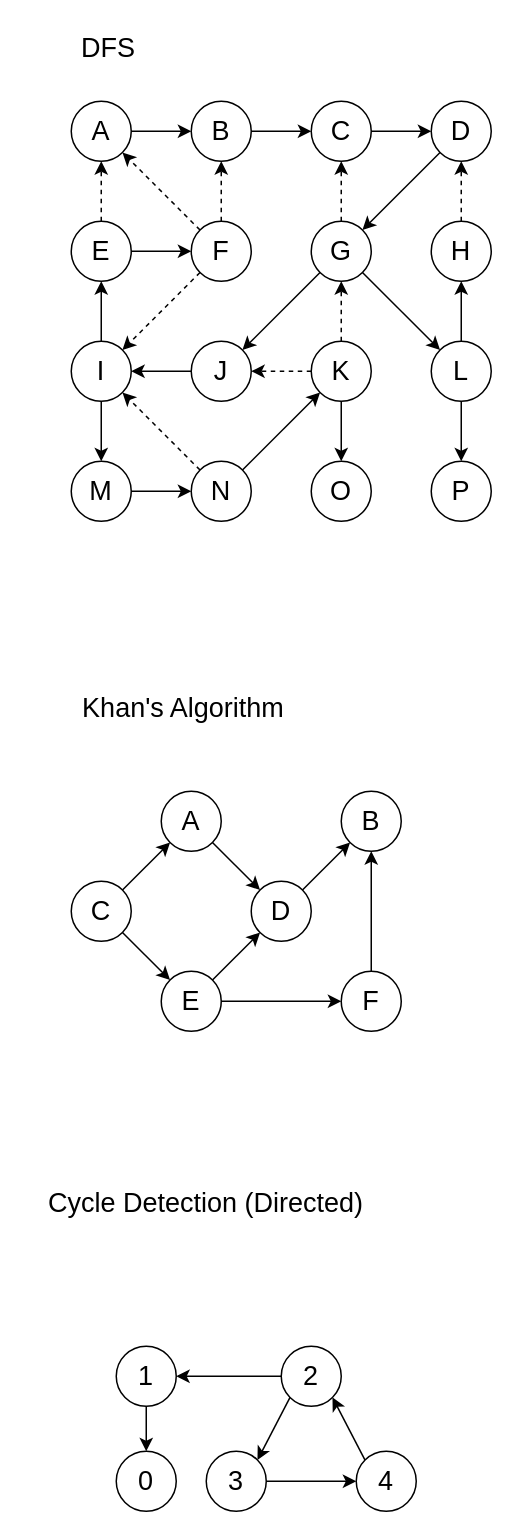
Earlier version of the draw.io diagram page "graph-algorithms" (2 of 15) of static/img/diagrams.drawio (reissenzahn/blog). Source tidied: cells renumbered, new cells numbered last; positions are measured from the earlier drawing's top-left corner, leaving out a move shared by most shapes. Both pictures are drawn from the tidied source at 150%, with x=0, y=0 at pixel (26, 26).
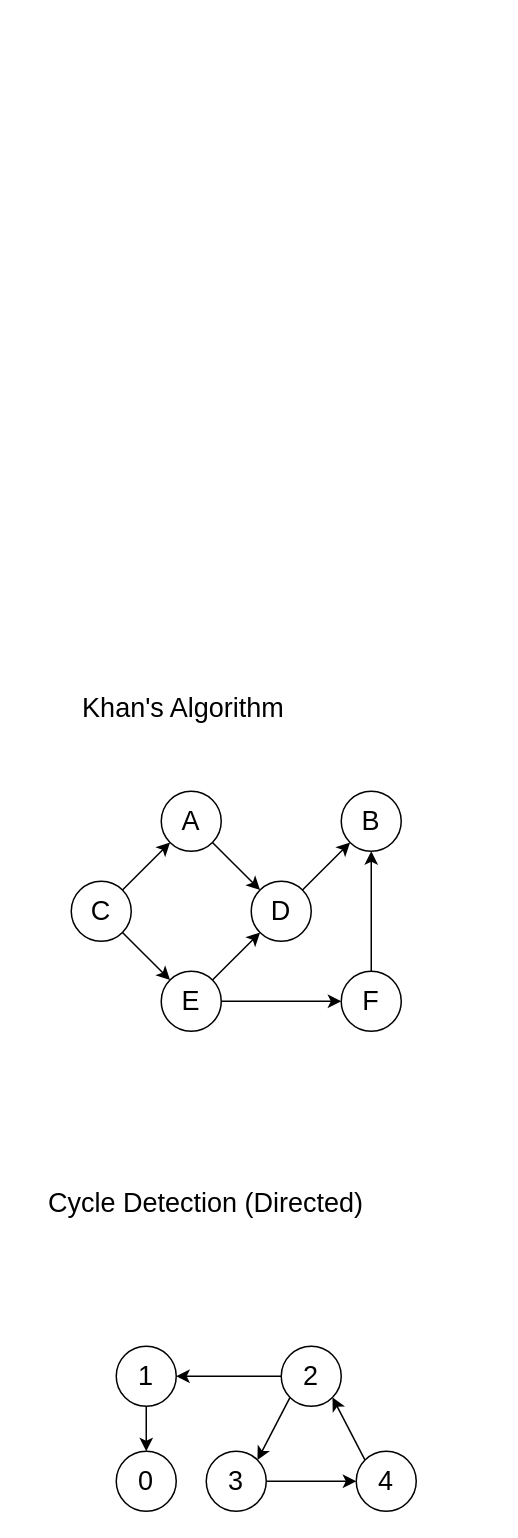
The same page after the edit.

What changed in the source:
```diff
@@
-    <mxCell id="2" style="edgeStyle=none;rounded=0;jettySize=auto;html=1;exitX=1;exitY=0.5;exitDx=0;exitDy=0;entryX=0;entryY=0.5;entryDx=0;entryDy=0;fontSize=18;" parent="1" edge="1" source="3" target="5">
-      <mxGeometry relative="1" as="geometry" />
-    </mxCell>
-    <mxCell id="3" value="&lt;font style=&quot;font-size: 18px&quot;&gt;A&lt;/font&gt;" style="ellipse;whiteSpace=wrap;html=1;fillColor=none;" parent="1" vertex="1">
-      <mxGeometry x="30" y="50" width="40" height="40" as="geometry" />
-    </mxCell>
-    <mxCell id="4" style="edgeStyle=none;rounded=0;jettySize=auto;html=1;exitX=1;exitY=0.5;exitDx=0;exitDy=0;entryX=0;entryY=0.5;entryDx=0;entryDy=0;fontSize=18;" parent="1" edge="1" source="5" target="14">
-      <mxGeometry relative="1" as="geometry" />
-    </mxCell>
-    <mxCell id="5" value="&lt;font style=&quot;font-size: 18px&quot;&gt;B&lt;/font&gt;" style="ellipse;whiteSpace=wrap;html=1;fillColor=none;" parent="1" vertex="1">
-      <mxGeometry x="110" y="50" width="40" height="40" as="geometry" />
-    </mxCell>
-    <mxCell id="6" style="edgeStyle=none;rounded=0;jettySize=auto;html=1;exitX=0.5;exitY=0;exitDx=0;exitDy=0;entryX=0.5;entryY=1;entryDx=0;entryDy=0;dashed=1;fontSize=18;" parent="1" edge="1" source="8" target="3">
-      <mxGeometry relative="1" as="geometry" />
-    </mxCell>
-    <mxCell id="7" style="edgeStyle=none;rounded=0;jettySize=auto;html=1;exitX=1;exitY=0.5;exitDx=0;exitDy=0;entryX=0;entryY=0.5;entryDx=0;entryDy=0;fontSize=18;" parent="1" edge="1" source="8" target="12">
-      <mxGeometry relative="1" as="geometry" />
-    </mxCell>
-    <mxCell id="8" value="&lt;font style=&quot;font-size: 18px&quot;&gt;E&lt;/font&gt;" style="ellipse;whiteSpace=wrap;html=1;fillColor=none;" parent="1" vertex="1">
-      <mxGeometry x="30" y="130" width="40" height="40" as="geometry" />
-    </mxCell>
-    <mxCell id="9" style="edgeStyle=none;rounded=0;jettySize=auto;html=1;exitX=0.5;exitY=0;exitDx=0;exitDy=0;entryX=0.5;entryY=1;entryDx=0;entryDy=0;dashed=1;fontSize=18;" parent="1" edge="1" source="12" target="5">
-      <mxGeometry relative="1" as="geometry" />
-    </mxCell>
-    <mxCell id="10" style="edgeStyle=none;rounded=0;jettySize=auto;html=1;exitX=0;exitY=0;exitDx=0;exitDy=0;entryX=1;entryY=1;entryDx=0;entryDy=0;dashed=1;fontSize=18;" parent="1" edge="1" source="12" target="3">
-      <mxGeometry relative="1" as="geometry" />
-    </mxCell>
-    <mxCell id="11" style="edgeStyle=none;rounded=0;jettySize=auto;html=1;exitX=0;exitY=1;exitDx=0;exitDy=0;entryX=1;entryY=0;entryDx=0;entryDy=0;dashed=1;fontSize=18;" parent="1" edge="1" source="12" target="25">
-      <mxGeometry relative="1" as="geometry" />
-    </mxCell>
-    <mxCell id="12" value="&lt;font style=&quot;font-size: 18px&quot;&gt;F&lt;/font&gt;" style="ellipse;whiteSpace=wrap;html=1;fillColor=none;" parent="1" vertex="1">
-      <mxGeometry x="110" y="130" width="40" height="40" as="geometry" />
-    </mxCell>
-    <mxCell id="13" style="edgeStyle=none;rounded=0;jettySize=auto;html=1;exitX=1;exitY=0.5;exitDx=0;exitDy=0;entryX=0;entryY=0.5;entryDx=0;entryDy=0;fontSize=18;" parent="1" edge="1" source="14" target="16">
-      <mxGeometry relative="1" as="geometry" />
-    </mxCell>
-    <mxCell id="14" value="&lt;font style=&quot;font-size: 18px&quot;&gt;C&lt;/font&gt;" style="ellipse;whiteSpace=wrap;html=1;fillColor=none;" parent="1" vertex="1">
-      <mxGeometry x="190" y="50" width="40" height="40" as="geometry" />
-    </mxCell>
-    <mxCell id="15" style="edgeStyle=none;rounded=0;jettySize=auto;html=1;exitX=0;exitY=1;exitDx=0;exitDy=0;entryX=1;entryY=0;entryDx=0;entryDy=0;fontSize=18;" parent="1" edge="1" source="16" target="20">
-      <mxGeometry relative="1" as="geometry" />
-    </mxCell>
-    <mxCell id="16" value="&lt;font style=&quot;font-size: 18px&quot;&gt;D&lt;/font&gt;" style="ellipse;whiteSpace=wrap;html=1;fillColor=none;" parent="1" vertex="1">
-      <mxGeometry x="270" y="50" width="40" height="40" as="geometry" />
-    </mxCell>
-    <mxCell id="17" style="edgeStyle=none;rounded=0;jettySize=auto;html=1;exitX=1;exitY=1;exitDx=0;exitDy=0;fontSize=18;" parent="1" edge="1" source="20" target="39">
-      <mxGeometry relative="1" as="geometry" />
-    </mxCell>
-    <mxCell id="18" style="edgeStyle=none;rounded=0;jettySize=auto;html=1;exitX=0.5;exitY=0;exitDx=0;exitDy=0;entryX=0.5;entryY=1;entryDx=0;entryDy=0;dashed=1;fontSize=18;" parent="1" edge="1" source="20" target="14">
-      <mxGeometry relative="1" as="geometry" />
-    </mxCell>
-    <mxCell id="19" style="edgeStyle=none;rounded=0;jettySize=auto;html=1;exitX=0;exitY=1;exitDx=0;exitDy=0;fontSize=18;" parent="1" edge="1" source="20" target="27">
-      <mxGeometry relative="1" as="geometry" />
-    </mxCell>
-    <mxCell id="20" value="&lt;font style=&quot;font-size: 18px&quot;&gt;G&lt;/font&gt;" style="ellipse;whiteSpace=wrap;html=1;fillColor=none;" parent="1" vertex="1">
-      <mxGeometry x="190" y="130" width="40" height="40" as="geometry" />
-    </mxCell>
-    <mxCell id="21" style="edgeStyle=none;rounded=0;jettySize=auto;html=1;exitX=0.5;exitY=0;exitDx=0;exitDy=0;entryX=0.5;entryY=1;entryDx=0;entryDy=0;fontSize=18;dashed=1;" parent="1" edge="1" source="22" target="16">
-      <mxGeometry relative="1" as="geometry" />
-    </mxCell>
-    <mxCell id="22" value="&lt;font style=&quot;font-size: 18px&quot;&gt;H&lt;/font&gt;" style="ellipse;whiteSpace=wrap;html=1;fillColor=none;" parent="1" vertex="1">
-      <mxGeometry x="270" y="130" width="40" height="40" as="geometry" />
-    </mxCell>
-    <mxCell id="23" style="edgeStyle=none;rounded=0;jettySize=auto;html=1;exitX=0.5;exitY=0;exitDx=0;exitDy=0;entryX=0.5;entryY=1;entryDx=0;entryDy=0;fontSize=18;" parent="1" edge="1" source="25" target="8">
-      <mxGeometry relative="1" as="geometry" />
-    </mxCell>
-    <mxCell id="24" style="edgeStyle=none;rounded=0;jettySize=auto;html=1;exitX=0.5;exitY=1;exitDx=0;exitDy=0;fontSize=18;" parent="1" edge="1" source="25" target="29">
-      <mxGeometry relative="1" as="geometry" />
-    </mxCell>
-    <mxCell id="25" value="&lt;font style=&quot;font-size: 18px&quot;&gt;I&lt;/font&gt;" style="ellipse;whiteSpace=wrap;html=1;fillColor=none;" parent="1" vertex="1">
-      <mxGeometry x="30" y="210" width="40" height="40" as="geometry" />
-    </mxCell>
-    <mxCell id="26" style="edgeStyle=none;rounded=0;jettySize=auto;html=1;exitX=0;exitY=0.5;exitDx=0;exitDy=0;fontSize=18;" parent="1" edge="1" source="27" target="25">
-      <mxGeometry relative="1" as="geometry" />
-    </mxCell>
-    <mxCell id="27" value="&lt;font style=&quot;font-size: 18px&quot;&gt;J&lt;/font&gt;" style="ellipse;whiteSpace=wrap;html=1;fillColor=none;" parent="1" vertex="1">
-      <mxGeometry x="110" y="210" width="40" height="40" as="geometry" />
-    </mxCell>
-    <mxCell id="28" style="edgeStyle=none;rounded=0;jettySize=auto;html=1;exitX=1;exitY=0.5;exitDx=0;exitDy=0;entryX=0;entryY=0.5;entryDx=0;entryDy=0;fontSize=18;" parent="1" edge="1" source="29" target="32">
-      <mxGeometry relative="1" as="geometry" />
-    </mxCell>
-    <mxCell id="29" value="&lt;font style=&quot;font-size: 18px&quot;&gt;M&lt;/font&gt;" style="ellipse;whiteSpace=wrap;html=1;fillColor=none;" parent="1" vertex="1">
-      <mxGeometry x="30" y="290" width="40" height="40" as="geometry" />
-    </mxCell>
-    <mxCell id="30" style="edgeStyle=none;rounded=0;jettySize=auto;html=1;exitX=0;exitY=0;exitDx=0;exitDy=0;dashed=1;fontSize=18;" parent="1" edge="1" source="32" target="25">
-      <mxGeometry relative="1" as="geometry" />
-    </mxCell>
-    <mxCell id="31" style="edgeStyle=none;rounded=0;jettySize=auto;html=1;exitX=1;exitY=0;exitDx=0;exitDy=0;fontSize=18;" parent="1" edge="1" source="32" target="36">
-      <mxGeometry relative="1" as="geometry" />
-    </mxCell>
-    <mxCell id="32" value="&lt;font style=&quot;font-size: 18px&quot;&gt;N&lt;/font&gt;" style="ellipse;whiteSpace=wrap;html=1;fillColor=none;" parent="1" vertex="1">
-      <mxGeometry x="110" y="290" width="40" height="40" as="geometry" />
-    </mxCell>
-    <mxCell id="33" style="edgeStyle=none;rounded=0;jettySize=auto;html=1;exitX=0;exitY=0.5;exitDx=0;exitDy=0;entryX=1;entryY=0.5;entryDx=0;entryDy=0;dashed=1;fontSize=18;" parent="1" edge="1" source="36" target="27">
-      <mxGeometry relative="1" as="geometry" />
-    </mxCell>
-    <mxCell id="34" style="edgeStyle=none;rounded=0;jettySize=auto;html=1;exitX=0.5;exitY=1;exitDx=0;exitDy=0;entryX=0.5;entryY=0;entryDx=0;entryDy=0;fontSize=18;" parent="1" edge="1" source="36" target="40">
-      <mxGeometry relative="1" as="geometry" />
-    </mxCell>
-    <mxCell id="35" style="edgeStyle=none;rounded=0;jettySize=auto;html=1;exitX=0.5;exitY=0;exitDx=0;exitDy=0;entryX=0.5;entryY=1;entryDx=0;entryDy=0;fontSize=18;dashed=1;" parent="1" edge="1" source="36" target="20">
-      <mxGeometry relative="1" as="geometry" />
-    </mxCell>
-    <mxCell id="36" value="&lt;font style=&quot;font-size: 18px&quot;&gt;K&lt;/font&gt;" style="ellipse;whiteSpace=wrap;html=1;fillColor=none;" parent="1" vertex="1">
-      <mxGeometry x="190" y="210" width="40" height="40" as="geometry" />
-    </mxCell>
-    <mxCell id="37" style="edgeStyle=none;rounded=0;jettySize=auto;html=1;exitX=0.5;exitY=1;exitDx=0;exitDy=0;entryX=0.5;entryY=0;entryDx=0;entryDy=0;fontSize=18;" parent="1" edge="1" source="39" target="41">
-      <mxGeometry relative="1" as="geometry" />
-    </mxCell>
-    <mxCell id="38" style="edgeStyle=none;rounded=0;jettySize=auto;html=1;exitX=0.5;exitY=0;exitDx=0;exitDy=0;entryX=0.5;entryY=1;entryDx=0;entryDy=0;fontSize=18;" parent="1" edge="1" source="39" target="22">
-      <mxGeometry relative="1" as="geometry" />
-    </mxCell>
-    <mxCell id="39" value="&lt;font style=&quot;font-size: 18px&quot;&gt;L&lt;/font&gt;" style="ellipse;whiteSpace=wrap;html=1;fillColor=none;" parent="1" vertex="1">
-      <mxGeometry x="270" y="210" width="40" height="40" as="geometry" />
-    </mxCell>
-    <mxCell id="40" value="&lt;font style=&quot;font-size: 18px&quot;&gt;O&lt;/font&gt;" style="ellipse;whiteSpace=wrap;html=1;fillColor=none;" parent="1" vertex="1">
-      <mxGeometry x="190" y="290" width="40" height="40" as="geometry" />
-    </mxCell>
-    <mxCell id="41" value="&lt;font style=&quot;font-size: 18px&quot;&gt;P&lt;/font&gt;" style="ellipse;whiteSpace=wrap;html=1;fillColor=none;" parent="1" vertex="1">
-      <mxGeometry x="270" y="290" width="40" height="40" as="geometry" />
-    </mxCell>
-    <mxCell id="42" value="DFS" style="text;html=1;strokeColor=none;fillColor=none;align=center;verticalAlign=middle;whiteSpace=wrap;rounded=0;fontSize=18;" parent="1" vertex="1">
-      <mxGeometry x="20" width="70" height="30" as="geometry" />
-    </mxCell>
```
